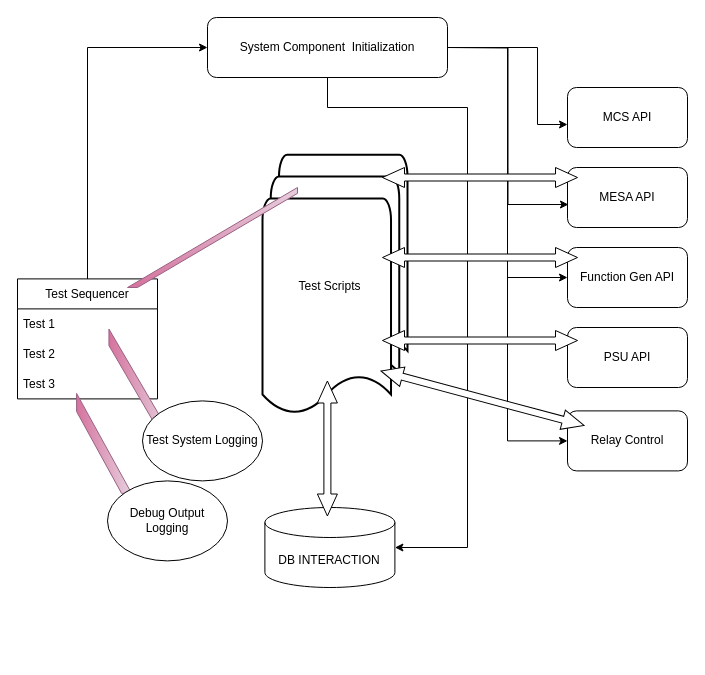
The draw.io diagram Untitled Diagram.drawio in wernervanstaden/PythonProjects, before the edit. Source tidied: cells renumbered, new cells numbered last; positions are measured from the earlier drawing's top-left corner, leaving out a move shared by most shapes. Both pictures are drawn from the tidied source at 100%, with x=0, y=0 at pixel (17, 17).
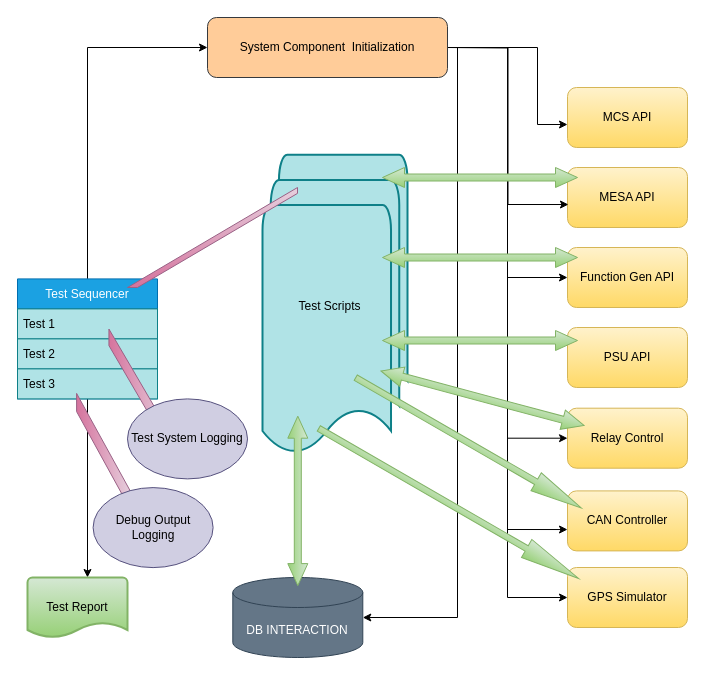
The same diagram, later.

Diff of the diagram source:
```diff
@@
-    <mxCell id="2" value="DB INTERACTION" style="shape=cylinder3;whiteSpace=wrap;html=1;boundedLbl=1;backgroundOutline=1;size=15;" parent="1" vertex="1">
-      <mxGeometry x="247.4" y="490" width="130" height="80" as="geometry" />
+    <mxCell id="2" value="DB INTERACTION" style="shape=cylinder3;whiteSpace=wrap;html=1;boundedLbl=1;backgroundOutline=1;size=15;fillColor=#647687;strokeColor=#314354;fontColor=#ffffff;" parent="1" vertex="1">
+      <mxGeometry x="215.3" y="560" width="130" height="80" as="geometry" />
     </mxCell>
-    <mxCell id="3" value="MCS API" style="rounded=1;whiteSpace=wrap;html=1;" parent="1" vertex="1">
+    <mxCell id="3" value="MCS API" style="rounded=1;whiteSpace=wrap;html=1;fillColor=#fff2cc;strokeColor=#d6b656;gradientColor=#ffd966;" parent="1" vertex="1">
       <mxGeometry x="550" y="70" width="120" height="60" as="geometry" />
     </mxCell>
-    <mxCell id="4" value="MESA API" style="rounded=1;whiteSpace=wrap;html=1;" parent="1" vertex="1">
+    <mxCell id="4" value="MESA API" style="rounded=1;whiteSpace=wrap;html=1;fillColor=#fff2cc;strokeColor=#d6b656;gradientColor=#ffd966;" parent="1" vertex="1">
       <mxGeometry x="550" y="150" width="120" height="60" as="geometry" />
     </mxCell>
-    <mxCell id="5" value="Function Gen API" style="rounded=1;whiteSpace=wrap;html=1;" parent="1" vertex="1">
+    <mxCell id="5" value="Function Gen API" style="rounded=1;whiteSpace=wrap;html=1;fillColor=#fff2cc;strokeColor=#d6b656;gradientColor=#ffd966;" parent="1" vertex="1">
       <mxGeometry x="550" y="230" width="120" height="60" as="geometry" />
     </mxCell>
-    <mxCell id="6" value="PSU API" style="rounded=1;whiteSpace=wrap;html=1;" parent="1" vertex="1">
+    <mxCell id="6" value="PSU API" style="rounded=1;whiteSpace=wrap;html=1;fillColor=#fff2cc;strokeColor=#d6b656;gradientColor=#ffd966;" parent="1" vertex="1">
       <mxGeometry x="550" y="310" width="120" height="60" as="geometry" />
     </mxCell>
@@
+    <mxCell id="30" style="edgeStyle=orthogonalEdgeStyle;rounded=0;jettySize=auto;html=1;entryX=0.6;entryY=0;entryDx=0;entryDy=0;entryPerimeter=0;" parent="1" edge="1" source="8" target="33">
+      <mxGeometry relative="1" as="geometry" />
+    </mxCell>
-    <mxCell id="8" value="Test Sequencer" style="swimlane;fontStyle=0;horizontal=1;startSize=30;" parent="1" vertex="1">
+    <mxCell id="8" value="Test Sequencer" style="swimlane;fontStyle=0;horizontal=1;startSize=30;fillColor=#1ba1e2;strokeColor=#006EAF;fontColor=#ffffff;" parent="1" vertex="1">
       <mxGeometry y="261.4" width="140" height="120" as="geometry" />
     </mxCell>
-    <mxCell id="9" value="Test 1" style="text;strokeColor=none;fillColor=none;align=left;verticalAlign=middle;spacingLeft=4;spacingRight=4;overflow=hidden;" parent="8" vertex="1">
+    <mxCell id="9" value="Test 1" style="text;strokeColor=#0e8088;fillColor=#b0e3e6;align=left;verticalAlign=middle;spacingLeft=4;spacingRight=4;overflow=hidden;" parent="8" vertex="1">
       <mxGeometry y="30" width="140" height="30" as="geometry" />
     </mxCell>
-    <mxCell id="10" value="Test 2" style="text;strokeColor=none;fillColor=none;align=left;verticalAlign=middle;spacingLeft=4;spacingRight=4;overflow=hidden;" parent="8" vertex="1">
+    <mxCell id="10" value="Test 2" style="text;strokeColor=#0e8088;fillColor=#b0e3e6;align=left;verticalAlign=middle;spacingLeft=4;spacingRight=4;overflow=hidden;" parent="8" vertex="1">
       <mxGeometry y="60" width="140" height="30" as="geometry" />
     </mxCell>
-    <mxCell id="11" value="Test 3" style="text;strokeColor=none;fillColor=none;align=left;verticalAlign=middle;spacingLeft=4;spacingRight=4;overflow=hidden;" parent="8" vertex="1">
+    <mxCell id="11" value="Test 3" style="text;strokeColor=#0e8088;fillColor=#b0e3e6;align=left;verticalAlign=middle;spacingLeft=4;spacingRight=4;overflow=hidden;" parent="8" vertex="1">
       <mxGeometry y="90" width="140" height="30" as="geometry" />
     </mxCell>
-    <mxCell id="12" value="Test Scripts&amp;nbsp; &amp;nbsp;" style="strokeWidth=2;html=1;shape=mxgraph.flowchart.multi-document;whiteSpace=wrap;" parent="1" vertex="1">
-      <mxGeometry x="245" y="137.3" width="145" height="262.7" as="geometry" />
+    <mxCell id="12" value="Test Scripts&amp;nbsp; &amp;nbsp;" style="strokeWidth=2;html=1;shape=mxgraph.flowchart.multi-document;whiteSpace=wrap;fillColor=#b0e3e6;strokeColor=#0e8088;" parent="1" vertex="1">
+      <mxGeometry x="245" y="137.3" width="145" height="302.7" as="geometry" />
     </mxCell>
@@
-    <mxCell id="15" value="Test System Logging" style="ellipse;whiteSpace=wrap;html=1;" parent="1" vertex="1">
-      <mxGeometry x="125" y="383.4" width="120" height="80" as="geometry" />
+    <mxCell id="15" value="Test System Logging" style="ellipse;whiteSpace=wrap;html=1;fillColor=#d0cee2;strokeColor=#56517e;" parent="1" vertex="1">
+      <mxGeometry x="110" y="381.4" width="120" height="80" as="geometry" />
     </mxCell>
-    <mxCell id="16" value="Relay Control" style="rounded=1;whiteSpace=wrap;html=1;" parent="1" vertex="1">
-      <mxGeometry x="550" y="393.4" width="120" height="60" as="geometry" />
+    <mxCell id="16" value="Relay Control" style="rounded=1;whiteSpace=wrap;html=1;fillColor=#fff2cc;strokeColor=#d6b656;gradientColor=#ffd966;" parent="1" vertex="1">
+      <mxGeometry x="550" y="390.7" width="120" height="60" as="geometry" />
     </mxCell>
@@
+    <mxCell id="31" style="edgeStyle=orthogonalEdgeStyle;rounded=0;jettySize=auto;html=1;entryX=0;entryY=0.644;entryDx=0;entryDy=0;entryPerimeter=0;" parent="1" edge="1" source="22" target="34">
+      <mxGeometry relative="1" as="geometry" />
+    </mxCell>
+    <mxCell id="32" style="edgeStyle=orthogonalEdgeStyle;rounded=0;jettySize=auto;html=1;entryX=0;entryY=0.5;entryDx=0;entryDy=0;" parent="1" edge="1" source="22" target="35">
+      <mxGeometry relative="1" as="geometry" />
+    </mxCell>
     <mxCell id="21" style="edgeStyle=orthogonalEdgeStyle;rounded=0;jettySize=auto;html=1;entryX=1;entryY=0.5;entryDx=0;entryDy=0;entryPerimeter=0;" parent="1" edge="1" source="22" target="2">
       <mxGeometry relative="1" as="geometry">
         <Array as="points">
-          <mxPoint x="310" y="90" />
-          <mxPoint x="450" y="90" />
-          <mxPoint x="450" y="530" />
+          <mxPoint x="440" y="30" />
+          <mxPoint x="440" y="600" />
         </Array>
       </mxGeometry>
     </mxCell>
-    <mxCell id="22" value="System Component&amp;nbsp; Initialization" style="rounded=1;whiteSpace=wrap;html=1;" parent="1" vertex="1">
+    <mxCell id="22" value="System Component&amp;nbsp; Initialization" style="rounded=1;whiteSpace=wrap;html=1;fillColor=#ffcc99;strokeColor=#36393d;" parent="1" vertex="1">
       <mxGeometry x="190" width="240" height="60" as="geometry" />
     </mxCell>
@@
-    <mxCell id="24" value="Debug Output Logging" style="ellipse;whiteSpace=wrap;html=1;" parent="1" vertex="1">
-      <mxGeometry x="90" y="463.4" width="120" height="80" as="geometry" />
+    <mxCell id="24" value="Debug Output Logging" style="ellipse;whiteSpace=wrap;html=1;fillColor=#d0cee2;strokeColor=#56517e;" parent="1" vertex="1">
+      <mxGeometry x="75.6" y="470.1" width="120" height="80" as="geometry" />
     </mxCell>
-    <mxCell id="25" style="html=1;shadow=0;dashed=0;align=center;verticalAlign=middle;shape=mxgraph.arrows2.twoWayArrow;dy=0.65;dx=22;" parent="1" vertex="1">
+    <mxCell id="25" style="html=1;shadow=0;dashed=0;align=center;verticalAlign=middle;shape=mxgraph.arrows2.twoWayArrow;dy=0.65;dx=22;gradientColor=#97d077;fillColor=#d5e8d4;strokeColor=#82b366;" parent="1" vertex="1">
       <mxGeometry x="365" y="150" width="195" height="20" as="geometry" />
     </mxCell>
-    <mxCell id="26" style="html=1;shadow=0;dashed=0;align=center;verticalAlign=middle;shape=mxgraph.arrows2.twoWayArrow;dy=0.65;dx=22;" parent="1" vertex="1">
+    <mxCell id="26" style="html=1;shadow=0;dashed=0;align=center;verticalAlign=middle;shape=mxgraph.arrows2.twoWayArrow;dy=0.65;dx=22;gradientColor=#97d077;fillColor=#d5e8d4;strokeColor=#82b366;" parent="1" vertex="1">
       <mxGeometry x="365" y="230" width="195" height="20" as="geometry" />
     </mxCell>
-    <mxCell id="27" style="html=1;shadow=0;dashed=0;align=center;verticalAlign=middle;shape=mxgraph.arrows2.twoWayArrow;dy=0.65;dx=22;" parent="1" vertex="1">
+    <mxCell id="27" style="html=1;shadow=0;dashed=0;align=center;verticalAlign=middle;shape=mxgraph.arrows2.twoWayArrow;dy=0.65;dx=22;gradientColor=#97d077;fillColor=#d5e8d4;strokeColor=#82b366;" parent="1" vertex="1">
       <mxGeometry x="365" y="313" width="195" height="20" as="geometry" />
     </mxCell>
-    <mxCell id="28" style="html=1;shadow=0;dashed=0;align=center;verticalAlign=middle;shape=mxgraph.arrows2.twoWayArrow;dy=0.65;dx=22;rotation=15;" parent="1" vertex="1">
+    <mxCell id="28" style="html=1;shadow=0;dashed=0;align=center;verticalAlign=middle;shape=mxgraph.arrows2.twoWayArrow;dy=0.65;dx=22;rotation=15;gradientColor=#97d077;fillColor=#d5e8d4;strokeColor=#82b366;" parent="1" vertex="1">
       <mxGeometry x="359.9" y="370.7" width="210.2" height="20" as="geometry" />
     </mxCell>
-    <mxCell id="29" style="html=1;shadow=0;dashed=0;align=center;verticalAlign=middle;shape=mxgraph.arrows2.twoWayArrow;dy=0.65;dx=22;rotation=90;" parent="1" vertex="1">
-      <mxGeometry x="242.4" y="421" width="135" height="20" as="geometry" />
+    <mxCell id="29" style="html=1;shadow=0;dashed=0;align=center;verticalAlign=middle;shape=mxgraph.arrows2.twoWayArrow;dy=0.65;dx=22;rotation=90;gradientColor=#97d077;fillColor=#d5e8d4;strokeColor=#82b366;" parent="1" vertex="1">
+      <mxGeometry x="195.6" y="473.4" width="169.4" height="20" as="geometry" />
     </mxCell>
+    <mxCell id="33" value="Test Report" style="strokeWidth=2;html=1;shape=mxgraph.flowchart.document2;whiteSpace=wrap;size=0.25;fillColor=#d5e8d4;gradientColor=#97d077;strokeColor=#82b366;" parent="1" vertex="1">
+      <mxGeometry x="10" y="560" width="100" height="60" as="geometry" />
+    </mxCell>
+    <mxCell id="34" value="CAN Controller" style="rounded=1;whiteSpace=wrap;html=1;fillColor=#fff2cc;strokeColor=#d6b656;gradientColor=#ffd966;" parent="1" vertex="1">
+      <mxGeometry x="550" y="473.4" width="120" height="60" as="geometry" />
+    </mxCell>
+    <mxCell id="35" value="GPS Simulator" style="rounded=1;whiteSpace=wrap;html=1;fillColor=#fff2cc;strokeColor=#d6b656;gradientColor=#ffd966;" parent="1" vertex="1">
+      <mxGeometry x="550" y="550" width="120" height="60" as="geometry" />
+    </mxCell>
+    <mxCell id="36" style="shape=singleArrow;whiteSpace=wrap;html=1;rotation=30;gradientColor=#97d077;fillColor=#d5e8d4;strokeColor=#82b366;" parent="1" vertex="1">
+      <mxGeometry x="281.2" y="475.6" width="300" height="20.7" as="geometry" />
+    </mxCell>
+    <mxCell id="37" style="shape=singleArrow;whiteSpace=wrap;html=1;rotation=30;gradientColor=#97d077;fillColor=#d5e8d4;strokeColor=#82b366;" parent="1" vertex="1">
+      <mxGeometry x="320.8" y="414.9" width="260.4" height="20.7" as="geometry" />
+    </mxCell>
```
